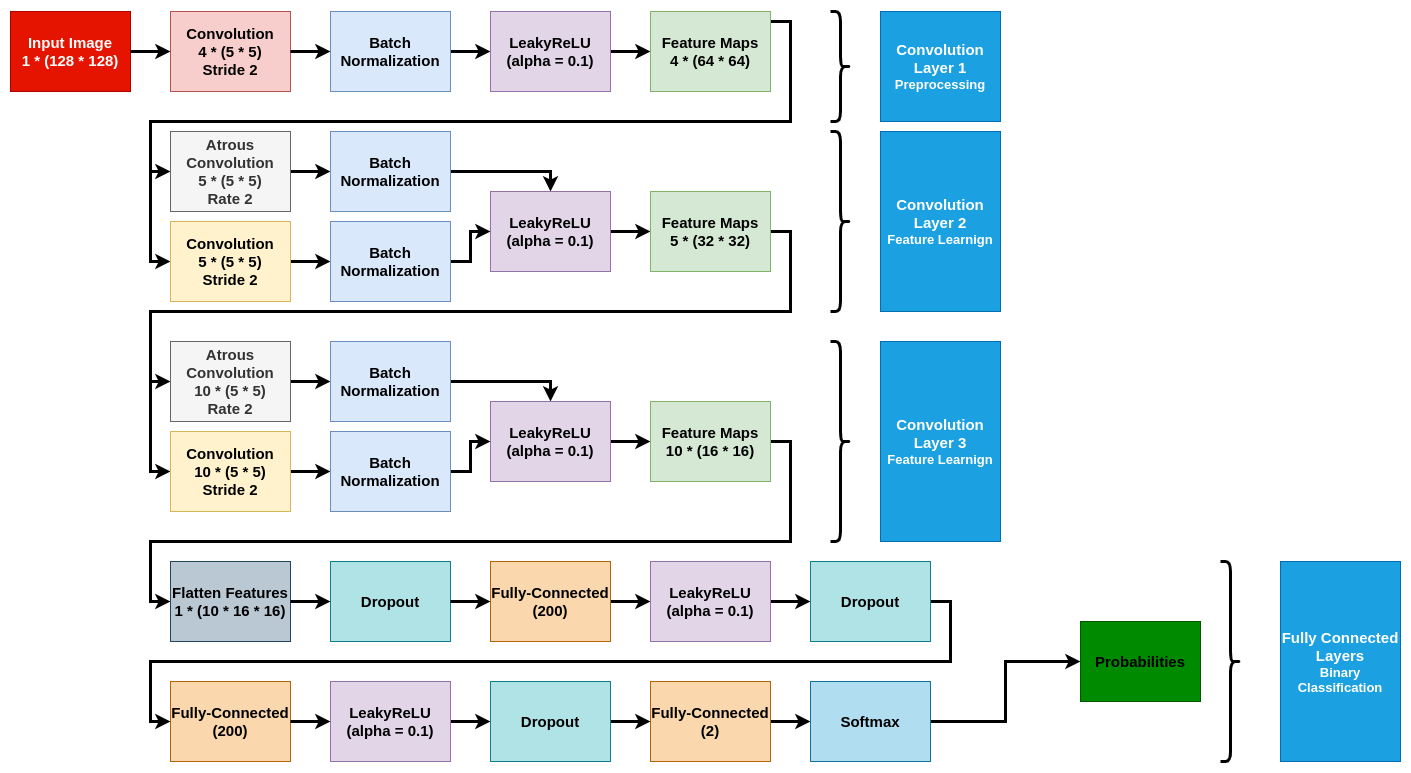
This is analysis/Catalyst Kernels/static/model-V1.4.0.png from EmadHelmi/steganalysis, a draw.io export, as it was before one commit. Source tidied: cells renumbered, new cells last; positions are measured from the earlier drawing's top-left corner, leaving out a move shared by most shapes.
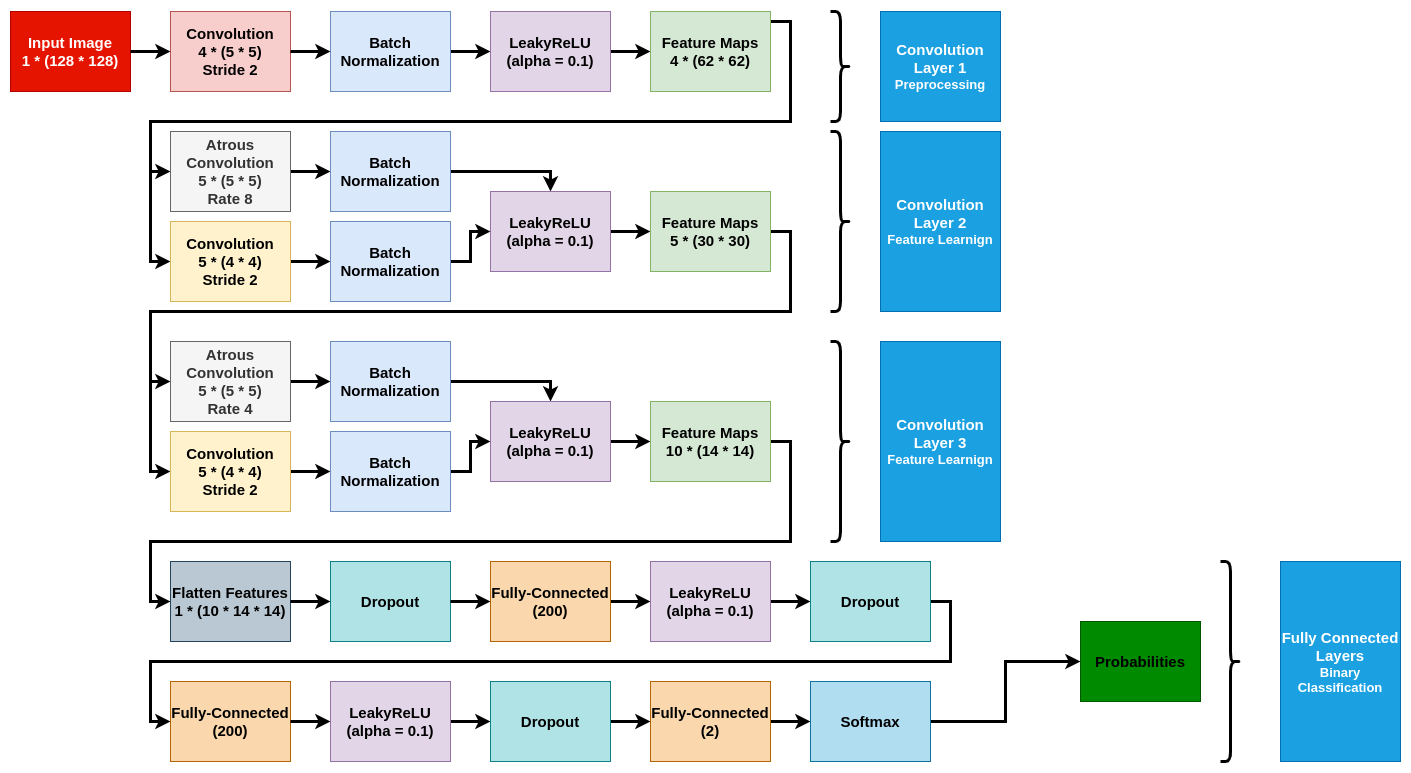
The same file after the commit.

Commit message:
Add model 1.4.0, Change diagrams, Change Atrous to Conv2D

Diff of the diagram source:
```diff
@@ -31,13 +31,13 @@
         </Array>
       </mxGeometry>
     </mxCell>
-    <mxCell id="9" value="&lt;b style=&quot;font-size: 15px&quot;&gt;Feature Maps&lt;br&gt;4 * (64 * 64)&lt;/b&gt;" style="rounded=0;whiteSpace=wrap;html=1;fillColor=#d5e8d4;strokeColor=#82b366;" parent="1" vertex="1">
+    <mxCell id="9" value="&lt;b style=&quot;font-size: 15px&quot;&gt;Feature Maps&lt;br&gt;4 * (62 * 62)&lt;/b&gt;" style="rounded=0;whiteSpace=wrap;html=1;fillColor=#d5e8d4;strokeColor=#82b366;" parent="1" vertex="1">
       <mxGeometry x="640" width="120" height="80" as="geometry" />
     </mxCell>
     <mxCell id="10" style="edgeStyle=orthogonalEdgeStyle;rounded=0;jettySize=auto;html=1;strokeWidth=3;" parent="1" edge="1" source="11" target="13">
       <mxGeometry relative="1" as="geometry" />
     </mxCell>
-    <mxCell id="11" value="&lt;b style=&quot;font-size: 15px&quot;&gt;Atrous&lt;br&gt;Convolution&lt;br&gt;5 * (5 * 5)&lt;br&gt;Rate 2&lt;/b&gt;" style="rounded=0;whiteSpace=wrap;html=1;fillColor=#f5f5f5;strokeColor=#666666;fontColor=#333333;" parent="1" vertex="1">
+    <mxCell id="11" value="&lt;b style=&quot;font-size: 15px&quot;&gt;Atrous&lt;br&gt;Convolution&lt;br&gt;5 * (5 * 5)&lt;br&gt;Rate 8&lt;/b&gt;" style="rounded=0;whiteSpace=wrap;html=1;fillColor=#f5f5f5;strokeColor=#666666;fontColor=#333333;" parent="1" vertex="1">
       <mxGeometry x="160" y="120" width="120" height="80" as="geometry" />
     </mxCell>
     <mxCell id="12" style="edgeStyle=orthogonalEdgeStyle;rounded=0;jettySize=auto;html=1;exitX=1;exitY=0.5;exitDx=0;exitDy=0;entryX=0.5;entryY=0;entryDx=0;entryDy=0;strokeWidth=3;" parent="1" edge="1" source="13" target="15">
@@ -62,13 +62,13 @@
         </Array>
       </mxGeometry>
     </mxCell>
-    <mxCell id="17" value="&lt;b style=&quot;font-size: 15px&quot;&gt;Feature Maps&lt;br&gt;5 * (32 * 32)&lt;/b&gt;" style="rounded=0;whiteSpace=wrap;html=1;fillColor=#d5e8d4;strokeColor=#82b366;" parent="1" vertex="1">
+    <mxCell id="17" value="&lt;b style=&quot;font-size: 15px&quot;&gt;Feature Maps&lt;br&gt;5 * (30 * 30)&lt;/b&gt;" style="rounded=0;whiteSpace=wrap;html=1;fillColor=#d5e8d4;strokeColor=#82b366;" parent="1" vertex="1">
       <mxGeometry x="640" y="180" width="120" height="80" as="geometry" />
     </mxCell>
     <mxCell id="18" style="edgeStyle=orthogonalEdgeStyle;rounded=0;jettySize=auto;html=1;strokeWidth=3;" parent="1" edge="1" source="19" target="21">
       <mxGeometry relative="1" as="geometry" />
     </mxCell>
-    <mxCell id="19" value="&lt;b style=&quot;font-size: 15px&quot;&gt;Atrous&lt;br&gt;Convolution&lt;br&gt;10 * (5 * 5)&lt;br&gt;Rate&amp;nbsp;2&lt;/b&gt;" style="rounded=0;whiteSpace=wrap;html=1;fillColor=#f5f5f5;strokeColor=#666666;fontColor=#333333;" parent="1" vertex="1">
+    <mxCell id="19" value="&lt;b style=&quot;font-size: 15px&quot;&gt;Atrous&lt;br&gt;Convolution&lt;br&gt;5 * (5 * 5)&lt;br&gt;Rate 4&lt;/b&gt;" style="rounded=0;whiteSpace=wrap;html=1;fillColor=#f5f5f5;strokeColor=#666666;fontColor=#333333;" parent="1" vertex="1">
       <mxGeometry x="160" y="330" width="120" height="80" as="geometry" />
     </mxCell>
     <mxCell id="20" style="edgeStyle=orthogonalEdgeStyle;rounded=0;jettySize=auto;html=1;exitX=1;exitY=0.5;exitDx=0;exitDy=0;entryX=0.5;entryY=0;entryDx=0;entryDy=0;startArrow=none;startFill=0;endArrow=classic;endFill=1;strokeWidth=3;" parent="1" edge="1" source="21" target="23">
@@ -93,10 +93,10 @@
         </Array>
       </mxGeometry>
     </mxCell>
-    <mxCell id="25" value="&lt;b style=&quot;font-size: 15px&quot;&gt;Feature Maps&lt;br&gt;10 * (16 * 16)&lt;/b&gt;" style="rounded=0;whiteSpace=wrap;html=1;fillColor=#d5e8d4;strokeColor=#82b366;" parent="1" vertex="1">
+    <mxCell id="25" value="&lt;b style=&quot;font-size: 15px&quot;&gt;Feature Maps&lt;br&gt;10 * (14 * 14)&lt;/b&gt;" style="rounded=0;whiteSpace=wrap;html=1;fillColor=#d5e8d4;strokeColor=#82b366;" parent="1" vertex="1">
       <mxGeometry x="640" y="390" width="120" height="80" as="geometry" />
     </mxCell>
-    <mxCell id="26" value="&lt;b style=&quot;font-size: 15px&quot;&gt;Flatten Features&lt;br&gt;1 * (10 * 16 * 16)&lt;/b&gt;" style="rounded=0;whiteSpace=wrap;html=1;fillColor=#bac8d3;strokeColor=#23445d;" parent="1" vertex="1">
+    <mxCell id="26" value="&lt;b style=&quot;font-size: 15px&quot;&gt;Flatten Features&lt;br&gt;1 * (10 * 14 * 14)&lt;/b&gt;" style="rounded=0;whiteSpace=wrap;html=1;fillColor=#bac8d3;strokeColor=#23445d;" parent="1" vertex="1">
       <mxGeometry x="160" y="550" width="120" height="80" as="geometry" />
     </mxCell>
     <mxCell id="27" style="edgeStyle=orthogonalEdgeStyle;rounded=0;jettySize=auto;html=1;strokeWidth=3;" parent="1" edge="1" target="30">
@@ -204,7 +204,7 @@
         <mxPoint x="140" y="160" as="targetPoint" />
       </mxGeometry>
     </mxCell>
-    <mxCell id="59" value="&lt;b style=&quot;font-size: 15px&quot;&gt;Convolution&lt;br&gt;5 * (5 * 5)&lt;br&gt;Stride 2&lt;/b&gt;" style="rounded=0;whiteSpace=wrap;html=1;fillColor=#fff2cc;strokeColor=#d6b656;" parent="1" vertex="1">
+    <mxCell id="59" value="&lt;b style=&quot;font-size: 15px&quot;&gt;Convolution&lt;br&gt;5 * (4 * 4)&lt;br&gt;Stride 2&lt;/b&gt;" style="rounded=0;whiteSpace=wrap;html=1;fillColor=#fff2cc;strokeColor=#d6b656;" parent="1" vertex="1">
       <mxGeometry x="160" y="210" width="120" height="80" as="geometry" />
     </mxCell>
     <mxCell id="60" style="edgeStyle=orthogonalEdgeStyle;rounded=0;jettySize=auto;html=1;exitX=1;exitY=0.5;exitDx=0;exitDy=0;strokeWidth=3;" parent="1" edge="1" source="61" target="15">
@@ -221,7 +221,7 @@
         <mxPoint x="140" y="370" as="targetPoint" />
       </mxGeometry>
     </mxCell>
-    <mxCell id="64" value="&lt;b style=&quot;font-size: 15px&quot;&gt;Convolution&lt;br&gt;10 * (5 * 5)&lt;br&gt;Stride 2&lt;/b&gt;" style="rounded=0;whiteSpace=wrap;html=1;fillColor=#fff2cc;strokeColor=#d6b656;" parent="1" vertex="1">
+    <mxCell id="64" value="&lt;b style=&quot;font-size: 15px&quot;&gt;Convolution&lt;br&gt;5 * (4 * 4)&lt;br&gt;Stride 2&lt;/b&gt;" style="rounded=0;whiteSpace=wrap;html=1;fillColor=#fff2cc;strokeColor=#d6b656;" parent="1" vertex="1">
       <mxGeometry x="160" y="420" width="120" height="80" as="geometry" />
     </mxCell>
     <mxCell id="65" style="edgeStyle=orthogonalEdgeStyle;rounded=0;jettySize=auto;html=1;exitX=1;exitY=0.5;exitDx=0;exitDy=0;entryX=0;entryY=0.5;entryDx=0;entryDy=0;startArrow=none;startFill=0;endArrow=classic;endFill=1;strokeWidth=3;" parent="1" edge="1" source="66" target="23">
```
